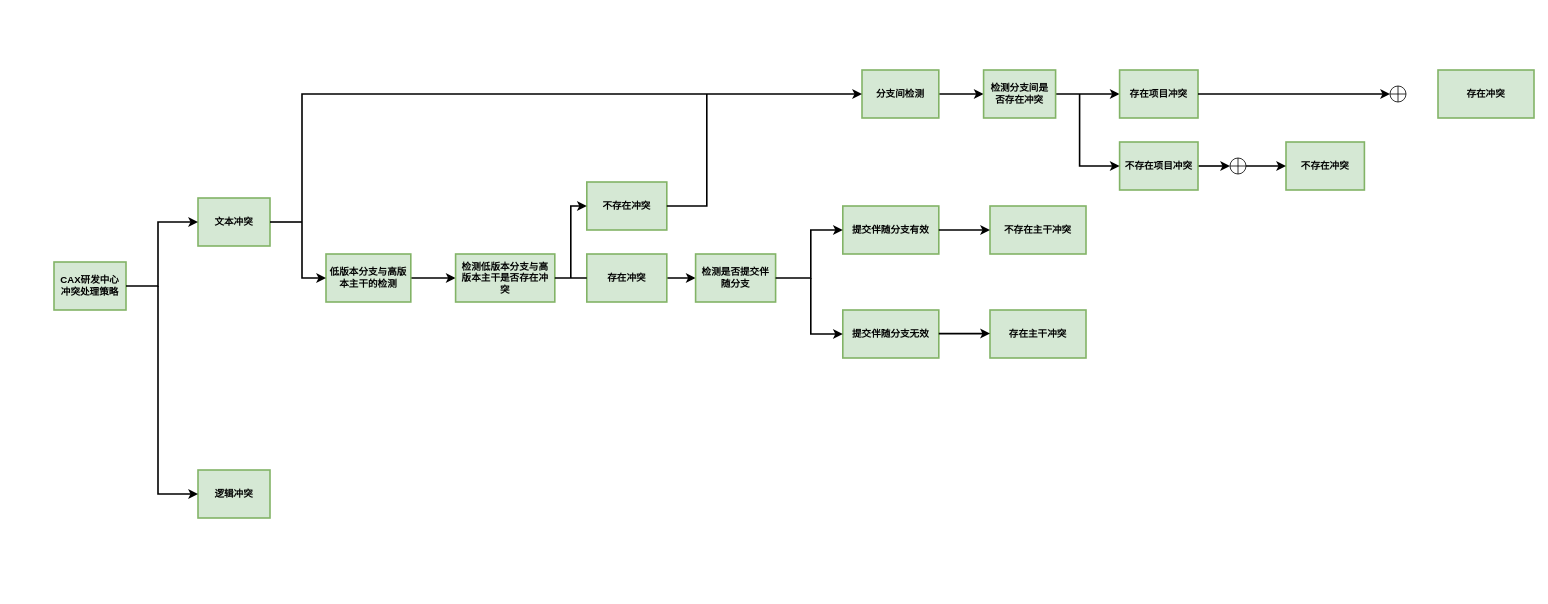
Above: ConflictType.drawio in YingSi163/Effy (draw.io), before the change. Source tidied: cells renumbered, new cells numbered last; positions are measured from the earlier drawing's top-left corner, leaving out a move shared by most shapes. Both pictures are drawn from the tidied source at 80%, with x=0, y=0 at pixel (54, 70).
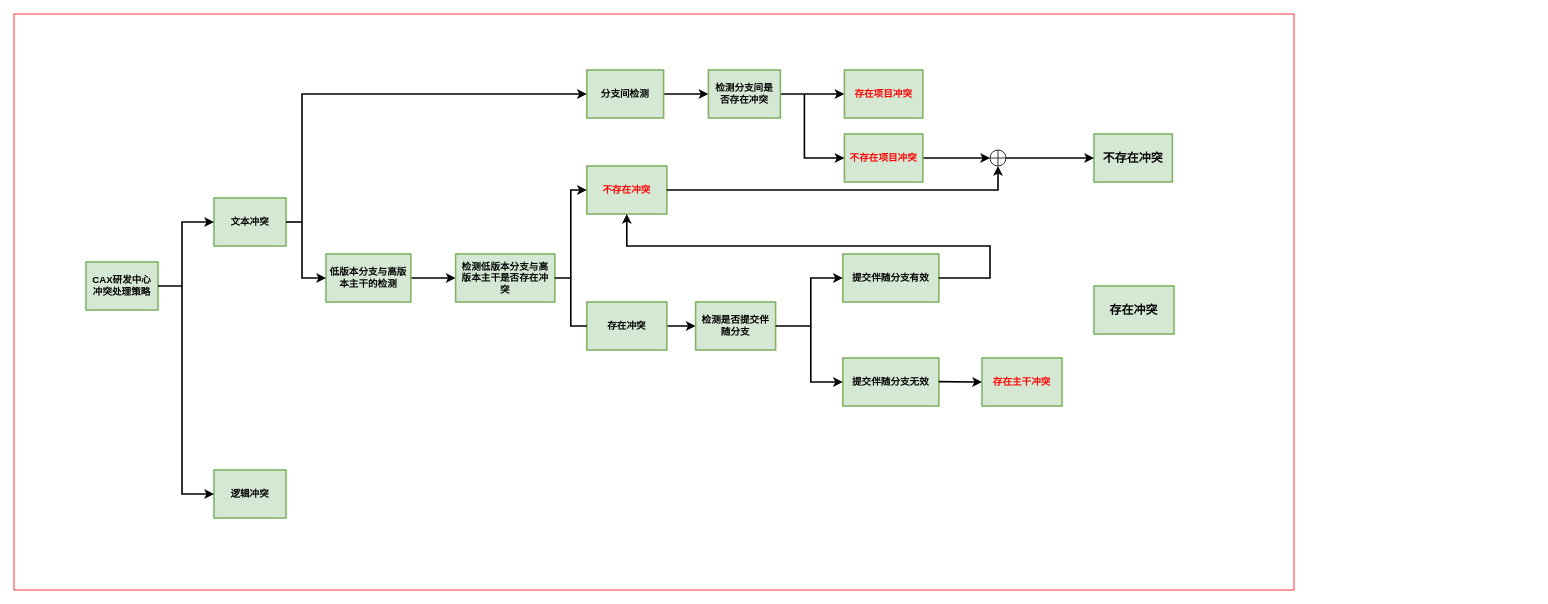
Above is the later version.

The edit, as a diff of the source:
```diff
@@
+    <mxCell id="42" style="rounded=0;whiteSpace=wrap;html=1;fontSize=15;fontColor=#FF0000;strokeColor=#FF0000;" parent="1" vertex="1">
+      <mxGeometry x="-50" y="-70" width="1600" height="720" as="geometry" />
+    </mxCell>
     <mxCell id="2" value="CAX研发中心冲突处理策略" style="rounded=0;whiteSpace=wrap;html=1;fillColor=#d5e8d4;strokeColor=#82B366;strokeWidth=2;sketch=0;glass=0;shadow=0;spacing=6;fontStyle=1;" parent="1" vertex="1">
-      <mxGeometry y="240" width="90" height="60" as="geometry" />
+      <mxGeometry x="40" y="240" width="90" height="60" as="geometry" />
     </mxCell>
     <mxCell id="3" value="文本冲突" style="rounded=0;whiteSpace=wrap;html=1;fillColor=#d5e8d4;strokeColor=#82B366;strokeWidth=2;sketch=0;glass=0;shadow=0;spacing=6;fontStyle=1;" parent="1" vertex="1">
-      <mxGeometry x="180" y="160" width="90" height="60" as="geometry" />
+      <mxGeometry x="200" y="160" width="90" height="60" as="geometry" />
     </mxCell>
     <mxCell id="4" value="逻辑冲突" style="rounded=0;whiteSpace=wrap;html=1;fillColor=#d5e8d4;strokeColor=#82B366;strokeWidth=2;sketch=0;glass=0;shadow=0;spacing=6;fontStyle=1;" parent="1" vertex="1">
-      <mxGeometry x="180" y="500" width="90" height="60" as="geometry" />
+      <mxGeometry x="200" y="500" width="90" height="60" as="geometry" />
     </mxCell>
     <mxCell id="5" style="endArrow=classic;html=1;rounded=0;exitX=1;exitY=0.5;exitDx=0;exitDy=0;entryX=0;entryY=0.5;entryDx=0;entryDy=0;strokeWidth=2;" parent="1" edge="1" source="2" target="3">
       <mxGeometry relative="1" as="geometry">
         <Array as="points">
-          <mxPoint x="130" y="270" />
-          <mxPoint x="130" y="190" />
+          <mxPoint x="160" y="270" />
+          <mxPoint x="160" y="230" />
+          <mxPoint x="160" y="190" />
         </Array>
       </mxGeometry>
     </mxCell>
     <mxCell id="6" style="endArrow=classic;html=1;rounded=0;entryX=0;entryY=0.5;entryDx=0;entryDy=0;strokeWidth=2;" parent="1" edge="1" target="4">
       <mxGeometry relative="1" as="geometry">
-        <mxPoint x="130" y="270" as="sourcePoint" />
+        <mxPoint x="160" y="270" as="sourcePoint" />
         <Array as="points">
-          <mxPoint x="130" y="470" />
-          <mxPoint x="130" y="530" />
+          <mxPoint x="160" y="460" />
+          <mxPoint x="160" y="530" />
         </Array>
       </mxGeometry>
     </mxCell>
@@
     <mxCell id="8" value="分支间检测" style="rounded=0;whiteSpace=wrap;html=1;fillColor=#d5e8d4;strokeColor=#82B366;strokeWidth=2;sketch=0;glass=0;shadow=0;spacing=6;fontStyle=1;" parent="1" vertex="1">
-      <mxGeometry x="1010" width="96" height="60" as="geometry" />
+      <mxGeometry x="666" width="96" height="60" as="geometry" />
     </mxCell>
@@
     <mxCell id="13" value="检测分支间是否存在冲突" style="rounded=0;whiteSpace=wrap;html=1;fillColor=#d5e8d4;strokeColor=#82B366;strokeWidth=2;sketch=0;glass=0;shadow=0;spacing=6;fontStyle=1;" parent="1" vertex="1">
-      <mxGeometry x="1162" width="90" height="60" as="geometry" />
+      <mxGeometry x="818" width="90" height="60" as="geometry" />
     </mxCell>
-    <mxCell id="14" value="存在项目冲突" style="rounded=0;whiteSpace=wrap;html=1;fillColor=#d5e8d4;strokeColor=#82B366;strokeWidth=2;sketch=0;glass=0;shadow=0;spacing=6;fontStyle=1;" parent="1" vertex="1">
-      <mxGeometry x="1332" width="98" height="60" as="geometry" />
+    <mxCell id="14" value="&lt;font color=&quot;#ff0000&quot;&gt;存在项目冲突&lt;/font&gt;" style="rounded=0;whiteSpace=wrap;html=1;fillColor=#d5e8d4;strokeColor=#82B366;strokeWidth=2;sketch=0;glass=0;shadow=0;spacing=6;fontStyle=1;" parent="1" vertex="1">
+      <mxGeometry x="988" width="98" height="60" as="geometry" />
     </mxCell>
-    <mxCell id="15" style="edgeStyle=orthogonalEdgeStyle;rounded=0;jettySize=auto;html=1;strokeWidth=2;" parent="1" edge="1" source="16" target="39">
+    <mxCell id="15" style="edgeStyle=orthogonalEdgeStyle;rounded=0;jettySize=auto;html=1;strokeWidth=2;entryX=0;entryY=0.5;entryDx=0;entryDy=0;" parent="1" edge="1" source="16" target="44">
       <mxGeometry relative="1" as="geometry" />
     </mxCell>
-    <mxCell id="16" value="不存在项目冲突" style="rounded=0;whiteSpace=wrap;html=1;fillColor=#d5e8d4;strokeColor=#82B366;strokeWidth=2;sketch=0;glass=0;shadow=0;spacing=6;fontStyle=1;" parent="1" vertex="1">
-      <mxGeometry x="1332" y="90" width="98" height="60" as="geometry" />
+    <mxCell id="16" value="&lt;font color=&quot;#ff0000&quot;&gt;不存在项目冲突&lt;/font&gt;" style="rounded=0;whiteSpace=wrap;html=1;fillColor=#d5e8d4;strokeColor=#82B366;strokeWidth=2;sketch=0;glass=0;shadow=0;spacing=6;fontStyle=1;" parent="1" vertex="1">
+      <mxGeometry x="988" y="80" width="98" height="60" as="geometry" />
     </mxCell>
     <mxCell id="17" style="endArrow=classic;html=1;rounded=0;strokeWidth=2;entryX=0;entryY=0.5;entryDx=0;entryDy=0;" parent="1" edge="1" target="16">
       <mxGeometry relative="1" as="geometry">
-        <mxPoint x="1282" y="30" as="sourcePoint" />
+        <mxPoint x="938" y="30" as="sourcePoint" />
         <Array as="points">
-          <mxPoint x="1282" y="120" />
+          <mxPoint x="938" y="110" />
         </Array>
       </mxGeometry>
     </mxCell>
@@
     <mxCell id="22" value="检测是否提交伴随分支" style="rounded=0;whiteSpace=wrap;html=1;fillColor=#d5e8d4;strokeColor=#82B366;strokeWidth=2;sketch=0;glass=0;shadow=0;spacing=7;fontStyle=1;" parent="1" vertex="1">
-      <mxGeometry x="802" y="230" width="100" height="60" as="geometry" />
+      <mxGeometry x="802" y="290" width="100" height="60" as="geometry" />
     </mxCell>
-    <mxCell id="23" value="不存在冲突" style="rounded=0;whiteSpace=wrap;html=1;fillColor=#d5e8d4;strokeColor=#82B366;strokeWidth=2;sketch=0;glass=0;shadow=0;spacing=7;fontStyle=1;" parent="1" vertex="1">
-      <mxGeometry x="666" y="140" width="100" height="60" as="geometry" />
+    <mxCell id="23" value="&lt;font color=&quot;#ff0000&quot;&gt;不存在冲突&lt;/font&gt;" style="rounded=0;whiteSpace=wrap;html=1;fillColor=#d5e8d4;strokeColor=#82B366;strokeWidth=2;sketch=0;glass=0;shadow=0;spacing=7;fontStyle=1;" parent="1" vertex="1">
+      <mxGeometry x="666" y="120" width="100" height="60" as="geometry" />
     </mxCell>
     <mxCell id="24" value="存在冲突" style="rounded=0;whiteSpace=wrap;html=1;fillColor=#d5e8d4;strokeColor=#82B366;strokeWidth=2;sketch=0;glass=0;shadow=0;spacing=7;fontStyle=1;" parent="1" vertex="1">
-      <mxGeometry x="666" y="230" width="100" height="60" as="geometry" />
+      <mxGeometry x="666" y="290" width="100" height="60" as="geometry" />
     </mxCell>
@@
     <mxCell id="26" style="endArrow=classic;html=1;rounded=0;fontColor=#FF0000;strokeWidth=2;entryX=0;entryY=0.5;entryDx=0;entryDy=0;" parent="1" edge="1" target="23">
       <mxGeometry relative="1" as="geometry">
         <mxPoint x="646" y="260" as="sourcePoint" />
         <Array as="points">
-          <mxPoint x="646" y="170" />
+          <mxPoint x="646" y="150" />
         </Array>
       </mxGeometry>
     </mxCell>
     <mxCell id="27" value="提交伴随分支有效" style="rounded=0;whiteSpace=wrap;html=1;fillColor=#d5e8d4;strokeColor=#82B366;strokeWidth=2;sketch=0;glass=0;shadow=0;spacing=7;fontStyle=1;" parent="1" vertex="1">
-      <mxGeometry x="986" y="170" width="120" height="60" as="geometry" />
+      <mxGeometry x="986" y="230" width="120" height="60" as="geometry" />
     </mxCell>
     <mxCell id="28" value="提交伴随分支无效" style="rounded=0;whiteSpace=wrap;html=1;fillColor=#d5e8d4;strokeColor=#82B366;strokeWidth=2;sketch=0;glass=0;shadow=0;spacing=7;fontStyle=1;" parent="1" vertex="1">
-      <mxGeometry x="986" y="300" width="120" height="60" as="geometry" />
+      <mxGeometry x="986" y="360" width="120" height="60" as="geometry" />
     </mxCell>
     <mxCell id="29" style="endArrow=classic;html=1;rounded=0;strokeWidth=2;exitX=1;exitY=0.5;exitDx=0;exitDy=0;entryX=0;entryY=0.5;entryDx=0;entryDy=0;" parent="1" edge="1" target="27">
       <mxGeometry relative="1" as="geometry">
-        <mxPoint x="902" y="260" as="sourcePoint" />
+        <mxPoint x="902" y="320" as="sourcePoint" />
         <Array as="points">
+          <mxPoint x="946" y="320" />
           <mxPoint x="946" y="260" />
-          <mxPoint x="946" y="200" />
         </Array>
       </mxGeometry>
     </mxCell>
     <mxCell id="30" style="endArrow=classic;html=1;rounded=0;strokeWidth=2;entryX=0;entryY=0.5;entryDx=0;entryDy=0;" parent="1" edge="1" target="28">
       <mxGeometry relative="1" as="geometry">
-        <mxPoint x="946" y="260" as="sourcePoint" />
+        <mxPoint x="946" y="320" as="sourcePoint" />
         <Array as="points">
-          <mxPoint x="946" y="330" />
+          <mxPoint x="946" y="390" />
         </Array>
       </mxGeometry>
     </mxCell>
-    <mxCell id="31" style="endArrow=none;html=1;rounded=0;strokeWidth=2;" parent="1" edge="1">
-      <mxGeometry relative="1" as="geometry">
-        <mxPoint x="766" y="170" as="sourcePoint" />
-        <mxPoint x="816" y="30" as="targetPoint" />
-        <Array as="points">
-          <mxPoint x="816" y="170" />
-        </Array>
-      </mxGeometry>
-    </mxCell>
-    <mxCell id="32" value="不存在主干冲突" style="rounded=0;whiteSpace=wrap;html=1;fillColor=#d5e8d4;strokeColor=#82B366;strokeWidth=2;sketch=0;glass=0;shadow=0;spacing=7;fontStyle=1;" parent="1" vertex="1">
-      <mxGeometry x="1170" y="170" width="120" height="60" as="geometry" />
-    </mxCell>
-    <mxCell id="33" value="存在主干冲突" style="rounded=0;whiteSpace=wrap;html=1;fillColor=#d5e8d4;strokeColor=#82B366;strokeWidth=2;sketch=0;glass=0;shadow=0;spacing=7;fontStyle=1;" parent="1" vertex="1">
-      <mxGeometry x="1170" y="300" width="120" height="60" as="geometry" />
+    <mxCell id="33" value="&lt;font color=&quot;#ff0000&quot;&gt;存在主干冲突&lt;/font&gt;" style="rounded=0;whiteSpace=wrap;html=1;fillColor=#d5e8d4;strokeColor=#82B366;strokeWidth=2;sketch=0;glass=0;shadow=0;spacing=7;fontStyle=1;" parent="1" vertex="1">
+      <mxGeometry x="1160" y="360" width="100" height="60" as="geometry" />
     </mxCell>
-    <mxCell id="34" style="endArrow=classic;html=1;rounded=0;strokeWidth=2;exitX=1;exitY=0.5;exitDx=0;exitDy=0;entryX=0;entryY=0.5;entryDx=0;entryDy=0;" parent="1" edge="1" source="27" target="32">
-      <mxGeometry relative="1" as="geometry" />
-    </mxCell>
-    <mxCell id="35" style="endArrow=classic;html=1;rounded=0;strokeWidth=2;exitX=1;exitY=0.5;exitDx=0;exitDy=0;entryX=0;entryY=0.5;entryDx=0;entryDy=0;" parent="1" edge="1">
+    <mxCell id="35" style="endArrow=classic;html=1;rounded=0;strokeWidth=2;exitX=1;exitY=0.5;exitDx=0;exitDy=0;entryX=0;entryY=0.5;entryDx=0;entryDy=0;" parent="1" edge="1" target="33">
       <mxGeometry relative="1" as="geometry">
-        <mxPoint x="1106" y="329.5" as="sourcePoint" />
-        <mxPoint x="1170" y="329.5" as="targetPoint" />
+        <mxPoint x="1106" y="389.5" as="sourcePoint" />
       </mxGeometry>
     </mxCell>
+    <mxCell id="37" value="&lt;font style=&quot;font-size: 15px;&quot;&gt;存在冲突&lt;/font&gt;" style="rounded=0;whiteSpace=wrap;html=1;fillColor=#d5e8d4;strokeColor=#82B366;strokeWidth=2;sketch=0;glass=0;shadow=0;spacing=7;fontStyle=1;" parent="1" vertex="1">
+      <mxGeometry x="1300" y="270" width="100" height="60" as="geometry" />
+    </mxCell>
-    <mxCell id="36" value="不存在冲突" style="rounded=0;whiteSpace=wrap;html=1;fillColor=#d5e8d4;strokeColor=#82B366;strokeWidth=2;sketch=0;glass=0;shadow=0;spacing=6;fontStyle=1;" parent="1" vertex="1">
-      <mxGeometry x="1540" y="90" width="98" height="60" as="geometry" />
+    <mxCell id="36" value="&lt;font style=&quot;font-size: 15px;&quot;&gt;不存在冲突&lt;/font&gt;" style="rounded=0;whiteSpace=wrap;html=1;fillColor=#d5e8d4;strokeColor=#82B366;strokeWidth=2;sketch=0;glass=0;shadow=0;spacing=6;fontStyle=1;" parent="1" vertex="1">
+      <mxGeometry x="1300" y="80" width="98" height="60" as="geometry" />
     </mxCell>
-    <mxCell id="37" value="存在冲突" style="rounded=0;whiteSpace=wrap;html=1;fillColor=#d5e8d4;strokeColor=#82B366;strokeWidth=2;sketch=0;glass=0;shadow=0;spacing=7;fontStyle=1;" parent="1" vertex="1">
-      <mxGeometry x="1730" width="120" height="60" as="geometry" />
-    </mxCell>
-    <mxCell id="38" style="edgeStyle=orthogonalEdgeStyle;rounded=0;jettySize=auto;html=1;strokeWidth=2;" parent="1" edge="1" source="39" target="36">
-      <mxGeometry relative="1" as="geometry" />
-    </mxCell>
-    <mxCell id="39" style="shape=orEllipse;perimeter=ellipsePerimeter;whiteSpace=wrap;html=1;backgroundOutline=1;" parent="1" vertex="1">
-      <mxGeometry x="1470" y="110" width="20" height="20" as="geometry" />
-    </mxCell>
-    <mxCell id="40" style="shape=orEllipse;perimeter=ellipsePerimeter;whiteSpace=wrap;html=1;backgroundOutline=1;" parent="1" vertex="1">
-      <mxGeometry x="1670" y="20" width="20" height="20" as="geometry" />
-    </mxCell>
-    <mxCell id="41" style="edgeStyle=orthogonalEdgeStyle;rounded=0;jettySize=auto;html=1;strokeWidth=2;exitX=1;exitY=0.5;exitDx=0;exitDy=0;entryX=0;entryY=0.5;entryDx=0;entryDy=0;" parent="1" edge="1" source="14" target="40">
-      <mxGeometry relative="1" as="geometry">
-        <Array as="points">
-          <mxPoint x="1510" y="30" />
-          <mxPoint x="1510" y="30" />
-        </Array>
-      </mxGeometry>
-    </mxCell>
+    <mxCell id="43" style="edgeStyle=orthogonalEdgeStyle;rounded=0;jettySize=auto;html=1;strokeWidth=2;" parent="1" edge="1" source="44" target="36">
+      <mxGeometry relative="1" as="geometry" />
+    </mxCell>
+    <mxCell id="44" style="shape=orEllipse;perimeter=ellipsePerimeter;whiteSpace=wrap;html=1;backgroundOutline=1;" parent="1" vertex="1">
+      <mxGeometry x="1170" y="100" width="20" height="20" as="geometry" />
+    </mxCell>
+    <mxCell id="45" style="edgeStyle=segmentEdgeStyle;endArrow=classic;html=1;rounded=0;strokeWidth=2;entryX=0.5;entryY=1;entryDx=0;entryDy=0;exitX=1;exitY=0.5;exitDx=0;exitDy=0;" parent="1" edge="1" source="23" target="44">
+      <mxGeometry relative="1" as="geometry" />
+    </mxCell>
+    <mxCell id="46" style="endArrow=classic;html=1;rounded=0;strokeWidth=2;entryX=0.5;entryY=1;entryDx=0;entryDy=0;exitX=1;exitY=0.5;exitDx=0;exitDy=0;" parent="1" edge="1" source="27" target="23">
+      <mxGeometry relative="1" as="geometry">
+        <Array as="points">
+          <mxPoint x="1170" y="260" />
+          <mxPoint x="1170" y="220" />
+          <mxPoint x="716" y="220" />
+        </Array>
+      </mxGeometry>
+    </mxCell>
```
